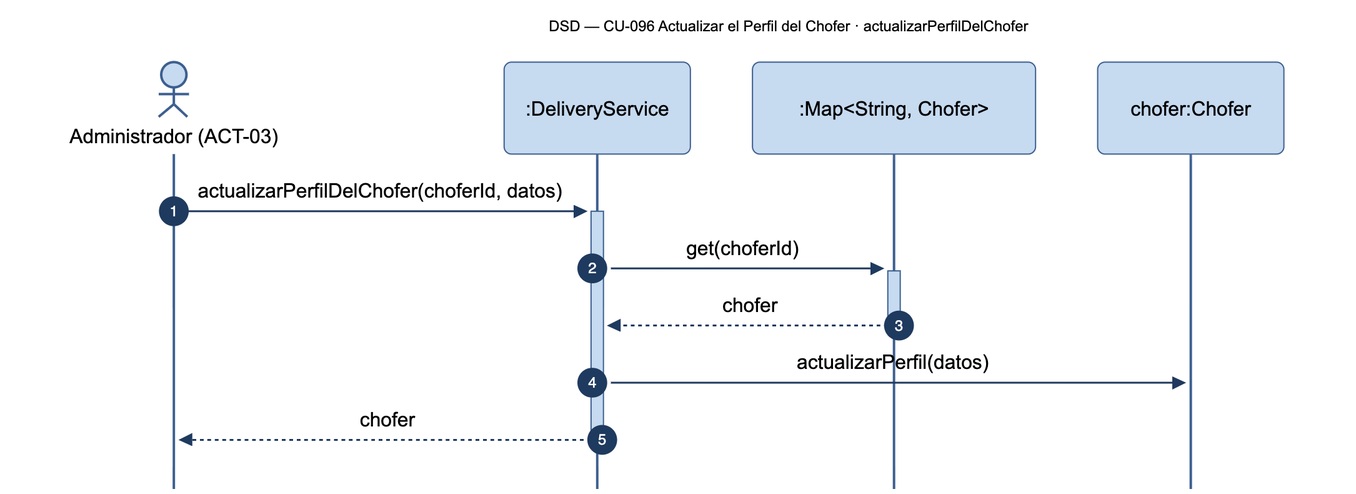
This is diagramas/png/DSD_CU-096_actualizarPerfilDelChofer.png from Nahuelito-Dev/splg-docs, a Mermaid export, as it was before one commit. Its source is kept beside it as diagramas/DSD_CU-096_actualizarPerfilDelChofer.mmd. Source of this version:
```mermaid
sequenceDiagram
    title DSD — CU-096 Actualizar el Perfil del Chofer · actualizarPerfilDelChofer
    autonumber
    actor ADM as Administrador (ACT-03)
    participant SRV as :DeliveryService
    participant COL as :Map#lt;String, Chofer#gt;
    participant CHO as chofer:Chofer

    ADM->>+SRV: actualizarPerfilDelChofer(choferId, datos)
    SRV->>+COL: get(choferId)
    COL-->>-SRV: chofer
    SRV->>CHO: actualizarPerfil(datos)
    SRV-->>-ADM: chofer
```
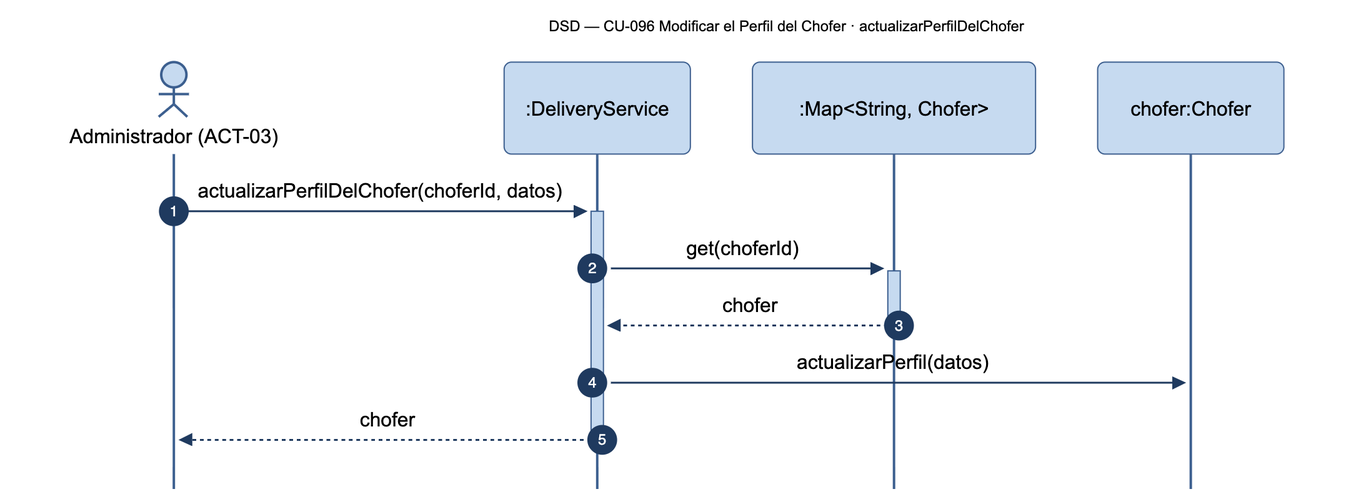
Above is the later version.

What changed in the source:
```diff
@@ -1,5 +1,5 @@
 sequenceDiagram
-    title DSD — CU-096 Actualizar el Perfil del Chofer · actualizarPerfilDelChofer
+    title DSD — CU-096 Modificar el Perfil del Chofer · actualizarPerfilDelChofer
     autonumber
     actor ADM as Administrador (ACT-03)
     participant SRV as :DeliveryService
```
